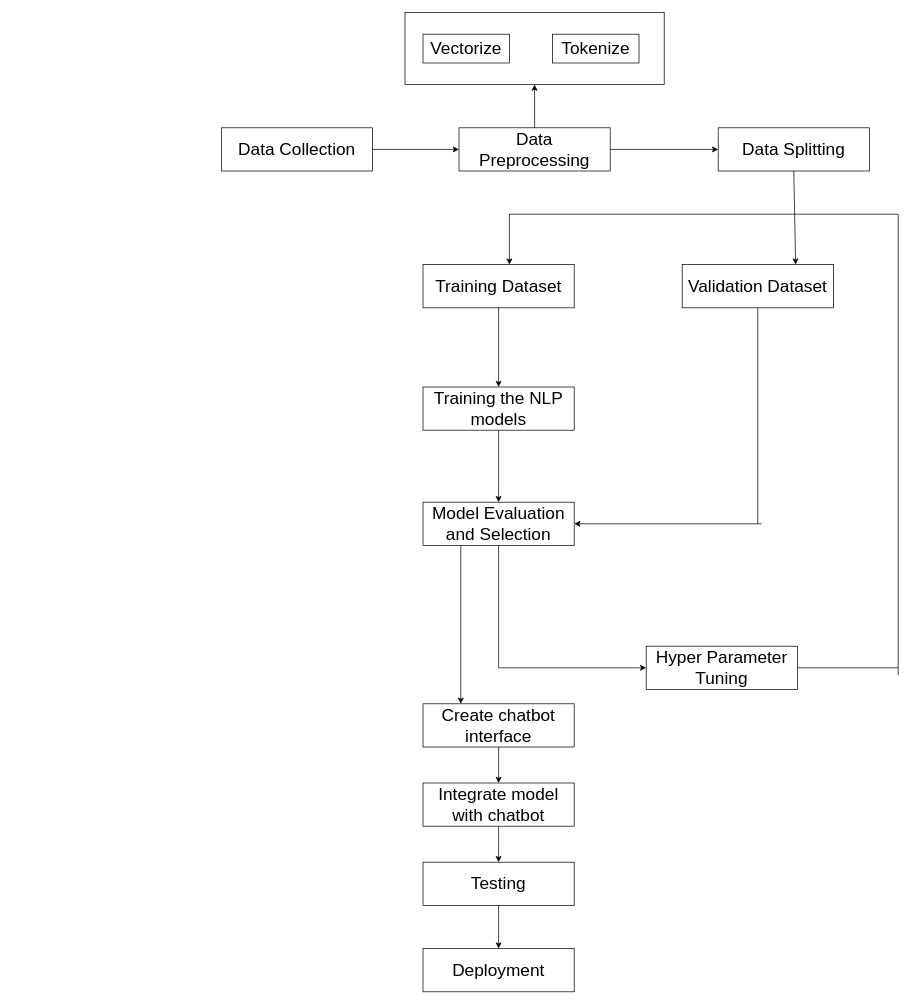
This is Untitled Diagram.drawio from Thukten-Dema/Taxi-Booking-System, a draw.io file, before an edit. Source tidied: cells renumbered, new cells numbered last; positions are measured from the earlier drawing's top-left corner, leaving out a move shared by most shapes. Both pictures are drawn from the tidied source at 72%, with x=0, y=0 at pixel (221, 12).
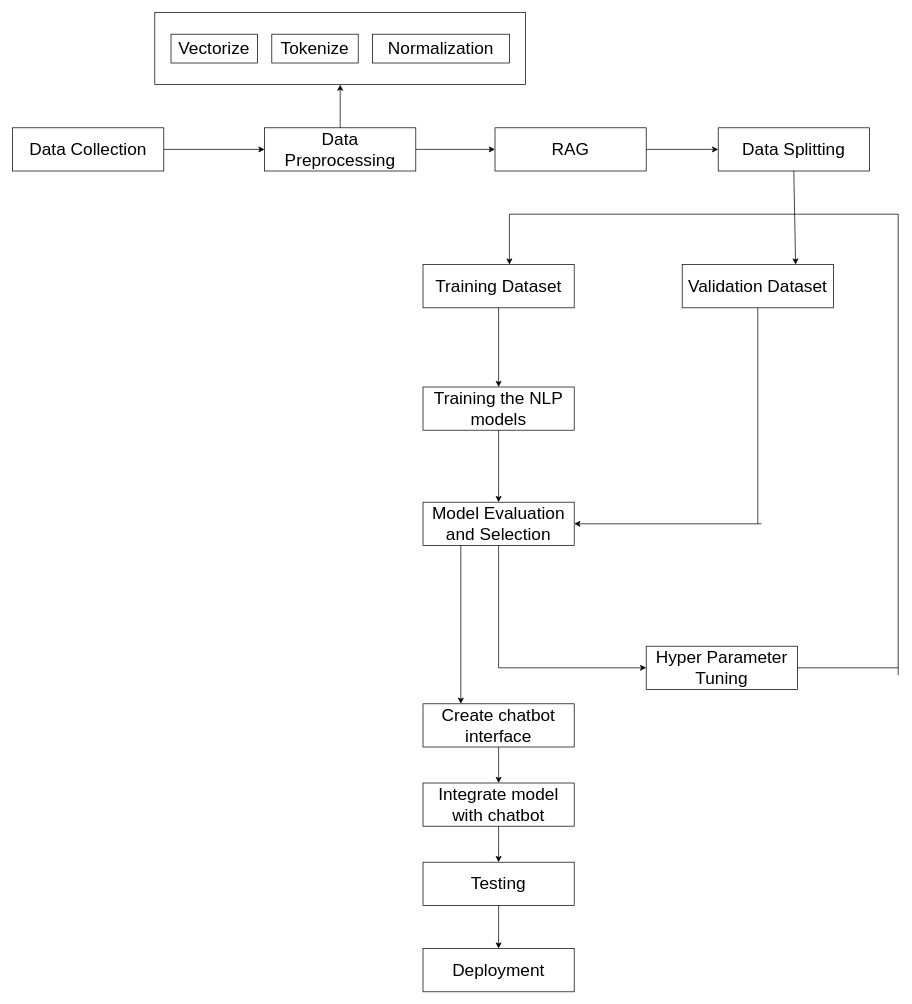
The same page after the edit.

The change refers to these unchanged cells:
```xml
<mxCell id="4" value="&lt;font style=&quot;font-size: 24px;&quot;&gt;Data Splitting&lt;/font&gt;" style="rounded=0;whiteSpace=wrap;html=1;" parent="1" vertex="1">
  <mxGeometry x="690" y="160" width="210" height="60" as="geometry" />
</mxCell>
```

Change to the diagram source:
```diff
@@
     <mxCell id="2" value="&lt;font style=&quot;font-size: 24px;&quot;&gt;Data Collection&lt;/font&gt;" style="rounded=0;whiteSpace=wrap;html=1;" parent="1" vertex="1">
-      <mxGeometry y="160" width="210" height="60" as="geometry" />
+      <mxGeometry x="-290" y="160" width="210" height="60" as="geometry" />
     </mxCell>
     <mxCell id="3" value="&lt;font style=&quot;font-size: 24px;&quot;&gt;Data Preprocessing&lt;/font&gt;" style="rounded=0;whiteSpace=wrap;html=1;" parent="1" vertex="1">
-      <mxGeometry x="330" y="160" width="210" height="60" as="geometry" />
+      <mxGeometry x="60" y="160" width="210" height="60" as="geometry" />
     </mxCell>
@@
-    <mxCell id="11" style="endArrow=classic;html=1;rounded=0;exitX=1;exitY=0.5;exitDx=0;exitDy=0;entryX=0;entryY=0.5;entryDx=0;entryDy=0;" parent="1" edge="1" source="3" target="4">
+    <mxCell id="11" style="endArrow=classic;html=1;rounded=0;exitX=1;exitY=0.5;exitDx=0;exitDy=0;entryX=0;entryY=0.5;entryDx=0;entryDy=0;" parent="1" edge="1" source="3" target="35">
       <mxGeometry relative="1" as="geometry" />
     </mxCell>
@@
     <mxCell id="23" style="rounded=0;whiteSpace=wrap;html=1;" parent="1" vertex="1">
-      <mxGeometry x="255" width="360" height="100" as="geometry" />
+      <mxGeometry x="-92.5" width="515" height="100" as="geometry" />
     </mxCell>
     <mxCell id="24" value="&lt;font style=&quot;font-size: 24px;&quot;&gt;Vectorize&lt;/font&gt;" style="rounded=0;whiteSpace=wrap;html=1;" parent="1" vertex="1">
-      <mxGeometry x="280" y="30" width="120" height="40" as="geometry" />
+      <mxGeometry x="-70" y="30" width="120" height="40" as="geometry" />
     </mxCell>
     <mxCell id="25" value="&lt;font style=&quot;font-size: 24px;&quot;&gt;Tokenize&lt;/font&gt;" style="rounded=0;whiteSpace=wrap;html=1;" parent="1" vertex="1">
-      <mxGeometry x="460" y="30" width="120" height="40" as="geometry" />
+      <mxGeometry x="70" y="30" width="120" height="40" as="geometry" />
     </mxCell>
@@
+    <mxCell id="35" value="&lt;font style=&quot;font-size: 24px;&quot;&gt;RAG&lt;/font&gt;" style="rounded=0;whiteSpace=wrap;html=1;" parent="1" vertex="1">
+      <mxGeometry x="380" y="160" width="210" height="60" as="geometry" />
+    </mxCell>
+    <mxCell id="36" style="endArrow=classic;html=1;rounded=0;exitX=1;exitY=0.5;exitDx=0;exitDy=0;entryX=0;entryY=0.5;entryDx=0;entryDy=0;" parent="1" edge="1" source="35" target="4">
+      <mxGeometry relative="1" as="geometry" />
+    </mxCell>
+    <mxCell id="37" value="&lt;font style=&quot;font-size: 24px;&quot;&gt;Normalization&lt;/font&gt;" style="rounded=0;whiteSpace=wrap;html=1;" parent="1" vertex="1">
+      <mxGeometry x="210" y="30" width="190" height="40" as="geometry" />
+    </mxCell>
```
